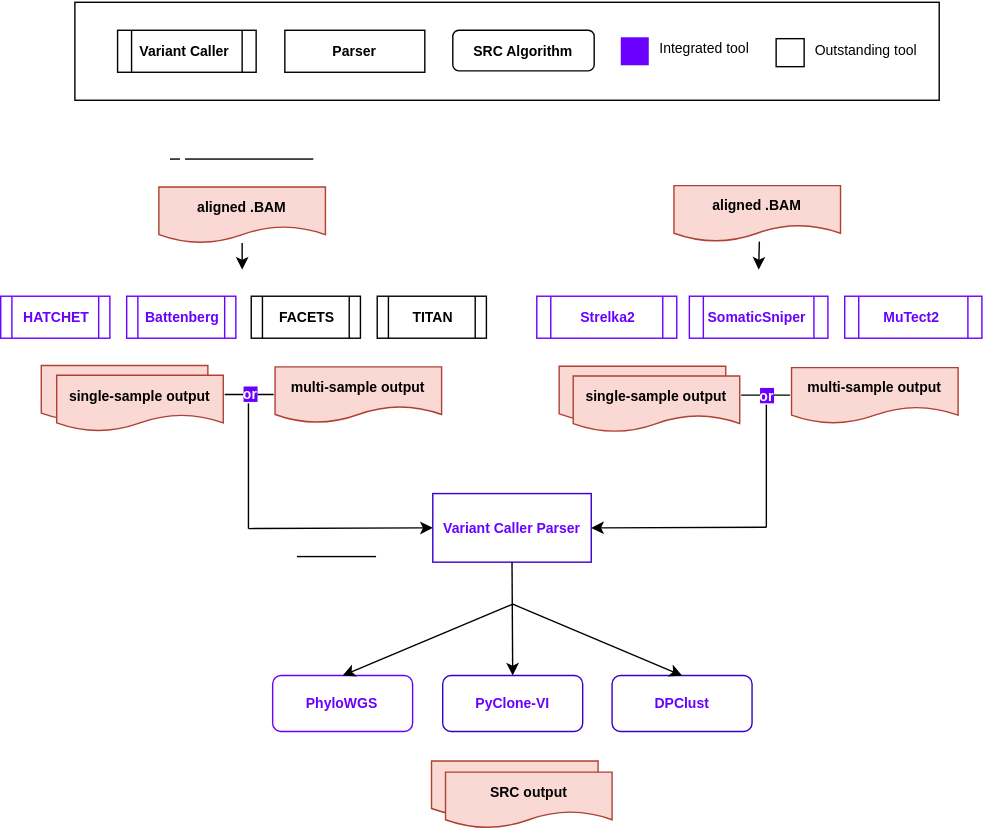
Earlier version of the draw.io export plots/proj-seed_workflow.drawio.svg (uclahs-cds/project-method-AlgorithmEvaluation-BNCH-000082-SRCRNDSeed). Source tidied: cells renumbered, new cells last; positions are measured from the earlier drawing's top-left corner, leaving out a move shared by most shapes.
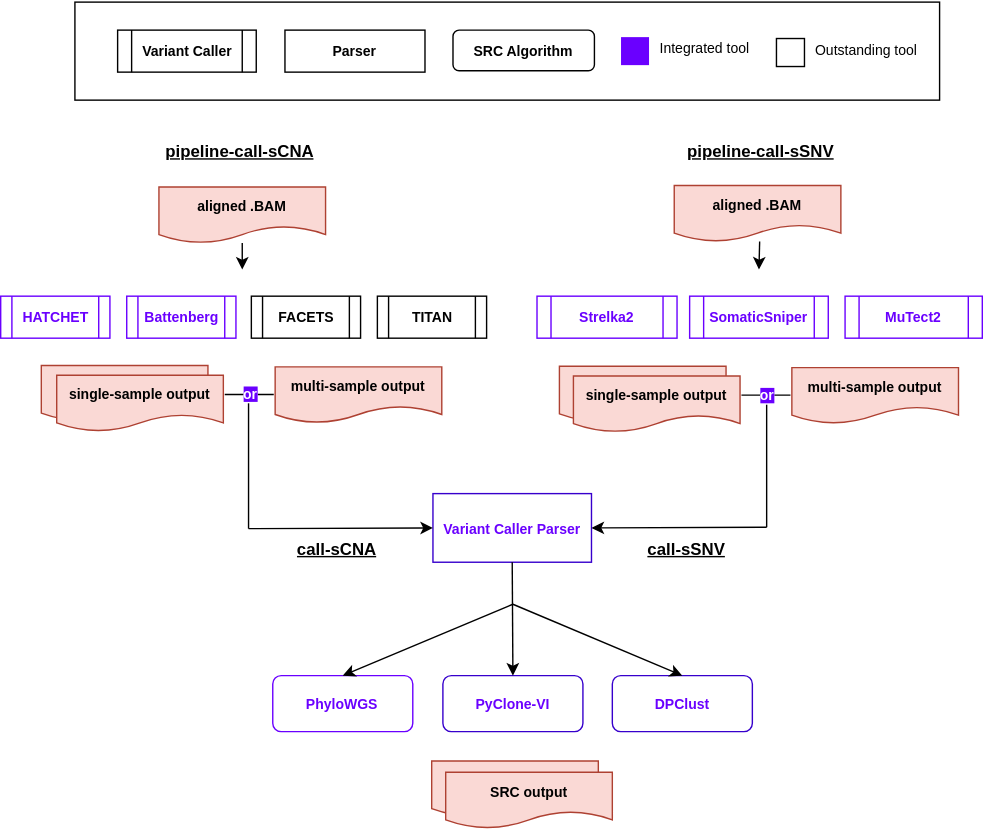
The same file after the commit.

Commit message:
Add black text to work on white bg

What changed in the source:
```diff
@@ -55,7 +55,7 @@
     <mxCell id="17" value="&lt;font style=&quot;font-size: 10px&quot; color=&quot;#000000&quot;&gt;&lt;b&gt;SRC output&lt;/b&gt;&lt;/font&gt;" style="shape=document;whiteSpace=wrap;html=1;boundedLbl=1;fontSize=12;fillColor=#fad9d5;strokeColor=#ae4132;" parent="1" vertex="1">
       <mxGeometry x="317.8" y="551" width="119" height="40" as="geometry" />
     </mxCell>
-    <mxCell id="18" value="&lt;b&gt;&lt;font style=&quot;font-size: 12px&quot; color=&quot;#ffffff&quot;&gt;&lt;u&gt;pipeline-call-sSNV&lt;/u&gt;&lt;/font&gt;&lt;/b&gt;" style="text;html=1;strokeColor=none;fillColor=none;align=center;verticalAlign=middle;whiteSpace=wrap;rounded=0;fontSize=10;" parent="1" vertex="1">
+    <mxCell id="18" value="&lt;b&gt;&lt;font style=&quot;font-size: 12px&quot; color=&quot;#000000&quot;&gt;&lt;u&gt;pipeline-call-sSNV&lt;/u&gt;&lt;/font&gt;&lt;/b&gt;" style="text;html=1;strokeColor=none;fillColor=none;align=center;verticalAlign=middle;whiteSpace=wrap;rounded=0;fontSize=10;" parent="1" vertex="1">
       <mxGeometry x="486" y="93" width="113.5" height="30" as="geometry" />
     </mxCell>
     <mxCell id="19" value="&lt;font color=&quot;#6a00ff&quot;&gt;&lt;b&gt;Variant Caller Parser&amp;nbsp;&lt;/b&gt;&lt;/font&gt;" style="rounded=0;whiteSpace=wrap;html=1;fontSize=10;fillColor=none;fontColor=#ffffff;strokeColor=#3700CC;" parent="1" vertex="1">
@@ -83,7 +83,7 @@
     <mxCell id="25" style="endArrow=classic;html=1;fontSize=10;entryX=0.5;entryY=0;entryDx=0;entryDy=0;exitX=0.5;exitY=1;exitDx=0;exitDy=0;" parent="1" edge="1" source="19" target="20">
       <mxGeometry relative="1" as="geometry" />
     </mxCell>
-    <mxCell id="26" value="&lt;h1 style=&quot;font-size: 12px&quot;&gt;&lt;font color=&quot;#ffffff&quot;&gt;pipeline-call-sCNA&lt;/font&gt;&lt;br&gt;&lt;/h1&gt;" style="text;html=1;strokeColor=none;fillColor=none;spacing=5;spacingTop=-20;whiteSpace=wrap;overflow=hidden;rounded=0;fontSize=10;fontStyle=4;" parent="1" vertex="1">
+    <mxCell id="26" value="&lt;h1 style=&quot;font-size: 12px&quot;&gt;&lt;font color=&quot;#000000&quot;&gt;pipeline-call-sCNA&lt;/font&gt;&lt;br&gt;&lt;/h1&gt;" style="text;html=1;strokeColor=none;fillColor=none;spacing=5;spacingTop=-20;whiteSpace=wrap;overflow=hidden;rounded=0;fontSize=10;fontStyle=4;" parent="1" vertex="1">
       <mxGeometry x="113" y="103" width="130" height="20" as="geometry" />
     </mxCell>
     <mxCell id="27" style="group;fillColor=none;" parent="1" vertex="1">
@@ -122,11 +122,11 @@
     <mxCell id="38" value="&lt;span style=&quot;font-size: 10px&quot;&gt;&lt;b&gt;&lt;font color=&quot;#000000&quot;&gt;single-sample output&lt;/font&gt;&lt;/b&gt;&lt;/span&gt;" style="shape=document;whiteSpace=wrap;html=1;boundedLbl=1;fontSize=12;fillColor=#fad9d5;strokeColor=#ae4132;" parent="1" vertex="1">
       <mxGeometry x="40" y="267.5" width="119" height="40" as="geometry" />
     </mxCell>
-    <mxCell id="39" value="&lt;h1 style=&quot;font-size: 12px&quot;&gt;&lt;font color=&quot;#ffffff&quot;&gt;call-sCNA&lt;/font&gt;&lt;br&gt;&lt;/h1&gt;" style="text;html=1;strokeColor=none;fillColor=none;spacing=5;spacingTop=-20;whiteSpace=wrap;overflow=hidden;rounded=0;fontSize=10;fontStyle=4;" parent="1" vertex="1">
+    <mxCell id="39" value="&lt;h1 style=&quot;font-size: 12px&quot;&gt;&lt;font color=&quot;#000000&quot;&gt;call-sCNA&lt;/font&gt;&lt;br&gt;&lt;/h1&gt;" style="text;html=1;strokeColor=none;fillColor=none;spacing=5;spacingTop=-20;whiteSpace=wrap;overflow=hidden;rounded=0;fontSize=10;fontStyle=4;" parent="1" vertex="1">
       <mxGeometry x="207" y="387" width="130" height="20" as="geometry" />
     </mxCell>
-    <mxCell id="40" value="&lt;b&gt;&lt;font style=&quot;font-size: 12px&quot; color=&quot;#ffffff&quot;&gt;&lt;u&gt;call-sSNV&lt;/u&gt;&lt;/font&gt;&lt;/b&gt;" style="text;html=1;strokeColor=none;fillColor=none;align=center;verticalAlign=middle;whiteSpace=wrap;rounded=0;fontSize=10;" parent="1" vertex="1">
-      <mxGeometry x="437.8" y="377" width="113.5" height="30" as="geometry" />
+    <mxCell id="40" value="&lt;b&gt;&lt;font style=&quot;font-size: 12px&quot; color=&quot;#000000&quot;&gt;&lt;u&gt;call-sSNV&lt;/u&gt;&lt;/font&gt;&lt;/b&gt;" style="text;html=1;strokeColor=none;fillColor=none;align=center;verticalAlign=middle;whiteSpace=wrap;rounded=0;fontSize=10;" parent="1" vertex="1">
+      <mxGeometry x="432.8" y="377" width="113.5" height="30" as="geometry" />
     </mxCell>
     <mxCell id="41" style="endArrow=classic;html=1;fontSize=12;fontColor=#FFFFFF;entryX=1;entryY=0.5;entryDx=0;entryDy=0;" parent="1" edge="1" target="19">
       <mxGeometry relative="1" as="geometry">
```
